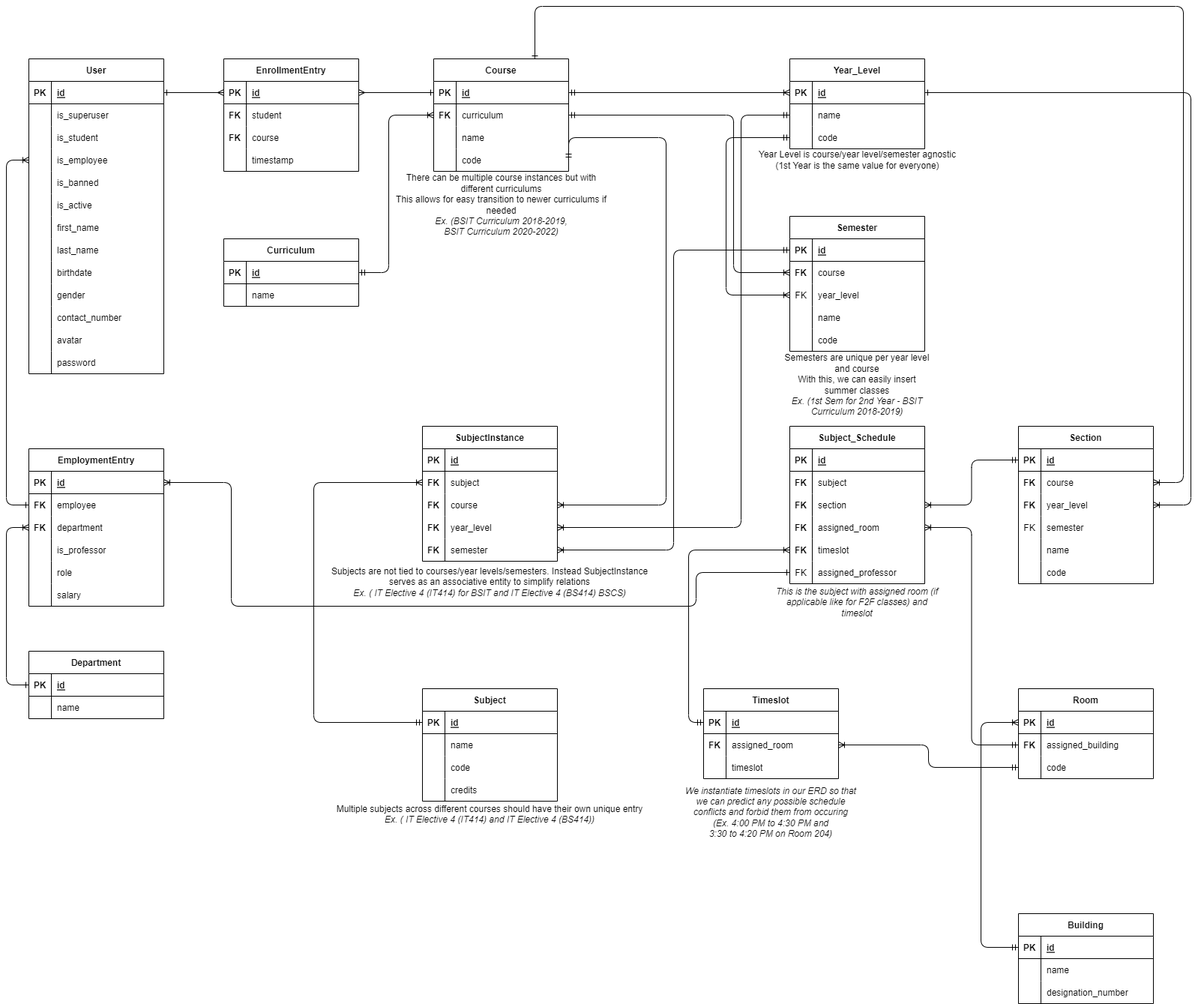
The draw.io diagram documentation/erd.drawio.png in lemeow125/UniversitySystem-Backend, before a commit. Source tidied: cells renumbered, new cells last; positions are measured from the earlier drawing's top-left corner, leaving out a move shared by most shapes.
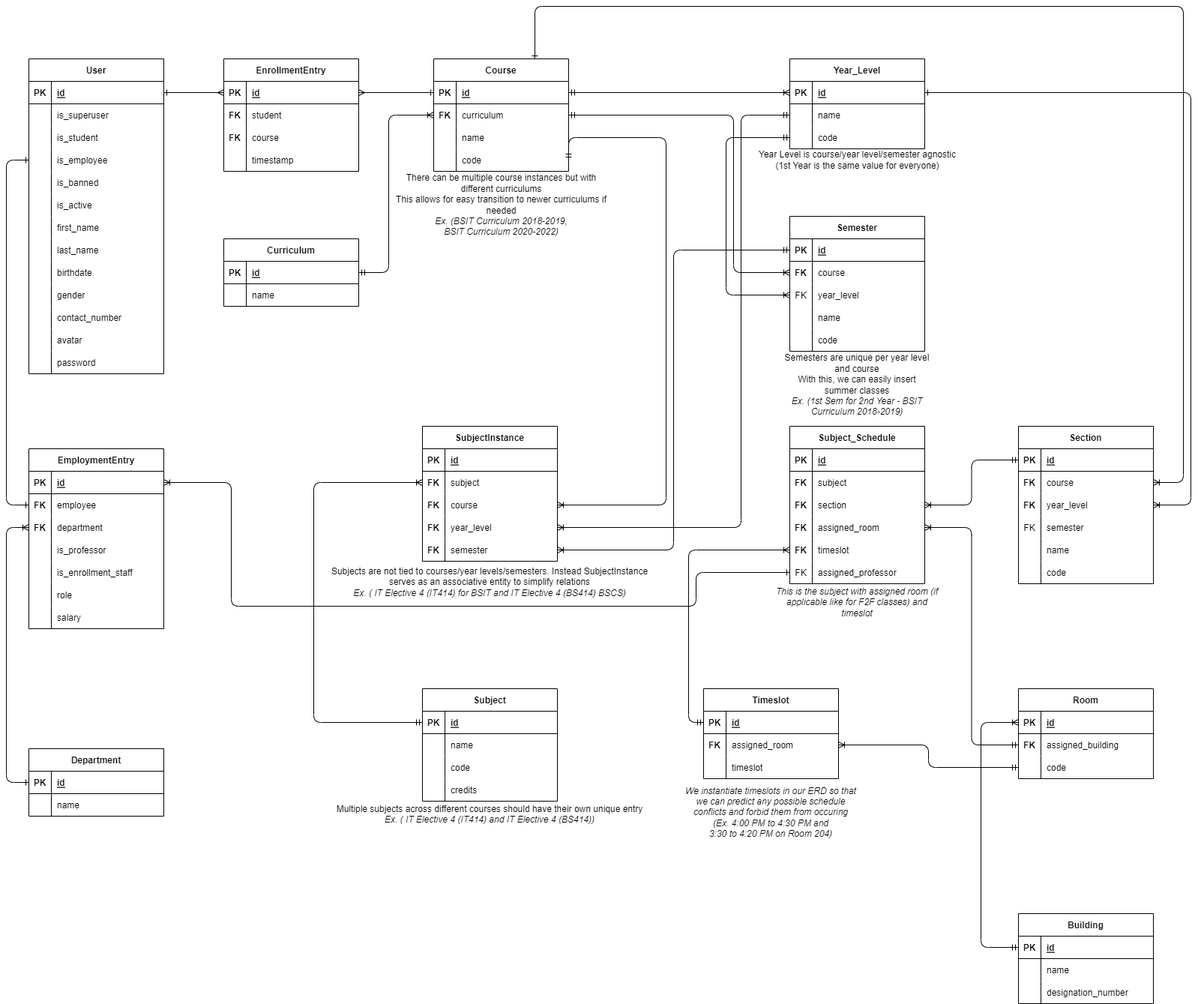
The same diagram one commit later.

Diff of the diagram source:
```diff
@@ -689,7 +689,7 @@
       <mxGeometry relative="1" as="geometry" />
     </mxCell>
     <mxCell id="219" value="EmploymentEntry" style="shape=table;startSize=30;rowLines=0;fontStyle=1;align=center;" parent="1" vertex="1">
-      <mxGeometry x="30" y="590" width="180" height="210" as="geometry" />
+      <mxGeometry x="30" y="590" width="180" height="240" as="geometry" />
     </mxCell>
     <mxCell id="220" style="shape=tableRow;horizontal=0;startSize=0;swimlaneHead=0;swimlaneBody=0;fillColor=none;points=[[0,0.5],[1,0.5]];portConstraint=eastwest;top=0;left=0;right=0;bottom=1;" parent="219" vertex="1">
       <mxGeometry y="30" width="180" height="30" as="geometry" />
@@ -727,8 +727,17 @@
     <mxCell id="231" value="is_professor" style="shape=partialRectangle;fillColor=none;top=0;left=0;bottom=0;right=0;align=left;spacingLeft=6;overflow=hidden;" parent="229" vertex="1">
       <mxGeometry x="30" width="150" height="30" as="geometry" />
     </mxCell>
+    <mxCell id="259" style="shape=tableRow;horizontal=0;startSize=0;swimlaneHead=0;swimlaneBody=0;fillColor=none;top=0;left=0;right=0;bottom=0;" parent="219" vertex="1">
+      <mxGeometry y="150" width="180" height="30" as="geometry" />
+    </mxCell>
+    <mxCell id="260" style="shape=partialRectangle;fillColor=none;top=0;left=0;bottom=0;right=0;overflow=hidden;" parent="259" vertex="1">
+      <mxGeometry width="30" height="30" as="geometry" />
+    </mxCell>
+    <mxCell id="261" value="is_enrollment_staff" style="shape=partialRectangle;fillColor=none;top=0;left=0;bottom=0;right=0;align=left;spacingLeft=6;overflow=hidden;" parent="259" vertex="1">
+      <mxGeometry x="30" width="150" height="30" as="geometry" />
+    </mxCell>
     <mxCell id="232" style="shape=tableRow;horizontal=0;startSize=0;swimlaneHead=0;swimlaneBody=0;fillColor=none;top=0;left=0;right=0;bottom=0;" parent="219" vertex="1">
-      <mxGeometry y="150" width="180" height="30" as="geometry" />
+      <mxGeometry y="180" width="180" height="30" as="geometry" />
     </mxCell>
     <mxCell id="233" style="shape=partialRectangle;fillColor=none;top=0;left=0;bottom=0;right=0;overflow=hidden;" parent="232" vertex="1">
       <mxGeometry width="30" height="30" as="geometry" />
@@ -737,7 +746,7 @@
       <mxGeometry x="30" width="150" height="30" as="geometry" />
     </mxCell>
     <mxCell id="235" style="shape=tableRow;horizontal=0;startSize=0;swimlaneHead=0;swimlaneBody=0;fillColor=none;top=0;left=0;right=0;bottom=0;" parent="219" vertex="1">
-      <mxGeometry y="180" width="180" height="30" as="geometry" />
+      <mxGeometry y="210" width="180" height="30" as="geometry" />
     </mxCell>
     <mxCell id="236" style="shape=partialRectangle;fillColor=none;top=0;left=0;bottom=0;right=0;overflow=hidden;" parent="235" vertex="1">
       <mxGeometry width="30" height="30" as="geometry" />
@@ -746,7 +755,7 @@
       <mxGeometry x="30" width="150" height="30" as="geometry" />
     </mxCell>
     <mxCell id="238" value="Department" style="shape=table;startSize=30;rowLines=0;fontStyle=1;align=center;" parent="1" vertex="1">
-      <mxGeometry x="30" y="860" width="180" height="90" as="geometry" />
+      <mxGeometry x="30" y="990" width="180" height="90" as="geometry" />
     </mxCell>
     <mxCell id="239" style="shape=tableRow;horizontal=0;startSize=0;swimlaneHead=0;swimlaneBody=0;fillColor=none;points=[[0,0.5],[1,0.5]];portConstraint=eastwest;top=0;left=0;right=0;bottom=1;" parent="238" vertex="1">
       <mxGeometry y="30" width="180" height="30" as="geometry" />
@@ -770,11 +779,11 @@
       <mxGeometry relative="1" as="geometry">
         <Array as="points">
           <mxPoint y="695" />
-          <mxPoint y="905" />
+          <mxPoint y="1035" />
         </Array>
       </mxGeometry>
     </mxCell>
-    <mxCell id="246" style="edgeStyle=orthogonalEdgeStyle;html=1;exitX=0;exitY=0.5;exitDx=0;exitDy=0;entryX=0;entryY=0.5;entryDx=0;entryDy=0;startArrow=ERoneToMany;startFill=0;endArrow=ERone;endFill=0;" parent="1" edge="1" source="12" target="223">
+    <mxCell id="246" style="edgeStyle=orthogonalEdgeStyle;html=1;exitX=0;exitY=0.5;exitDx=0;exitDy=0;entryX=0;entryY=0.5;entryDx=0;entryDy=0;startArrow=ERone;startFill=0;endArrow=ERone;endFill=0;" parent="1" edge="1" source="12" target="223">
       <mxGeometry relative="1" as="geometry">
         <Array as="points">
           <mxPoint y="205" />
@@ -830,7 +839,7 @@
     <mxCell id="256" value="name" style="shape=partialRectangle;fillColor=none;top=0;left=0;bottom=0;right=0;align=left;spacingLeft=6;overflow=hidden;" parent="254" vertex="1">
       <mxGeometry x="30" width="150" height="30" as="geometry" />
     </mxCell>
-    <mxCell id="257" style="edgeStyle=orthogonalEdgeStyle;html=1;exitX=1;exitY=0.5;exitDx=0;exitDy=0;entryX=0;entryY=0.5;entryDx=0;entryDy=0;endArrow=ERoneToMany;endFill=0;startArrow=ERmandOne;startFill=0;" parent="1" edge="1" source="251" target="x">
+    <mxCell id="257" style="edgeStyle=orthogonalEdgeStyle;html=1;exitX=1;exitY=0.5;exitDx=0;exitDy=0;entryX=0;entryY=0.5;entryDx=0;entryDy=0;endArrow=ERoneToMany;endFill=0;startArrow=ERmandOne;startFill=0;" parent="1" edge="1" source="251">
       <mxGeometry relative="1" as="geometry">
         <Array as="points">
           <mxPoint x="500" y="355" />
```
